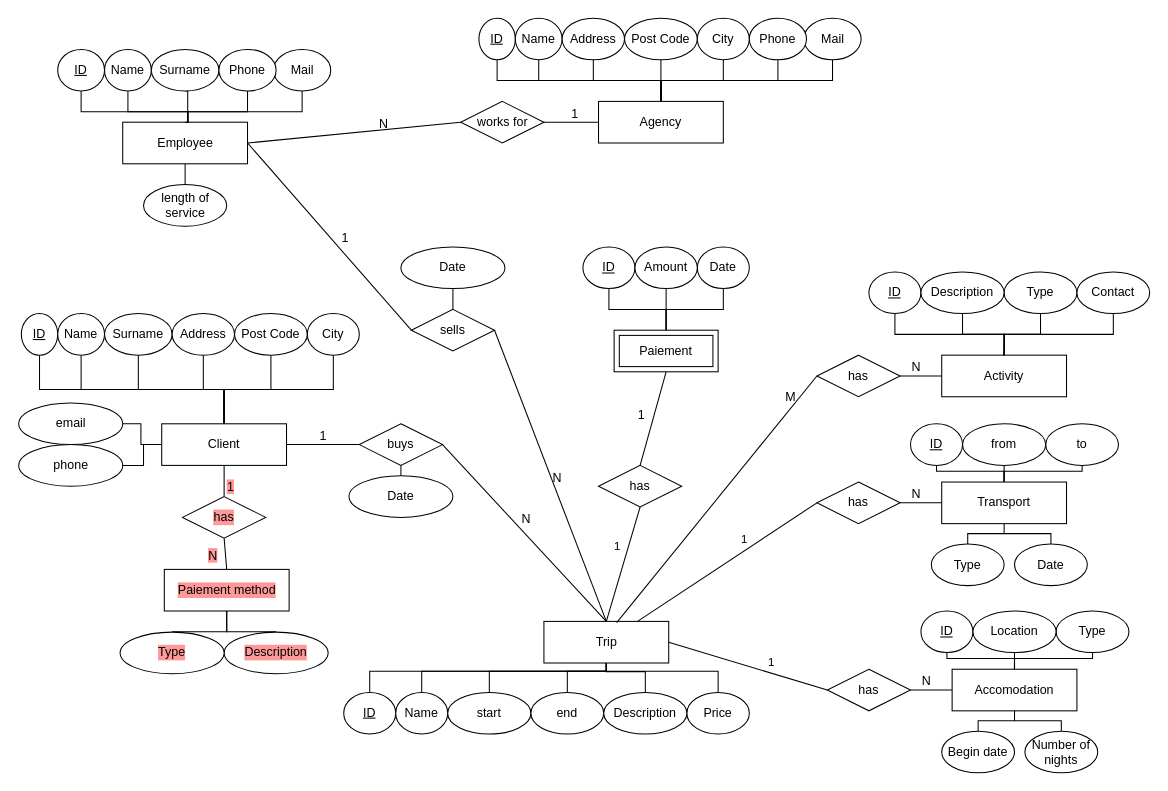
The draw.io diagram page "Proposition 2" (2 of 3) of DB Projekt 1.drawio in phootrf/DBProjet1, before the edit. Source tidied: cells renumbered, new cells numbered last; positions are measured from the earlier drawing's top-left corner, leaving out a move shared by most shapes. Both pictures are drawn from the tidied source at 104%, with x=0, y=0 at pixel (18, 18).
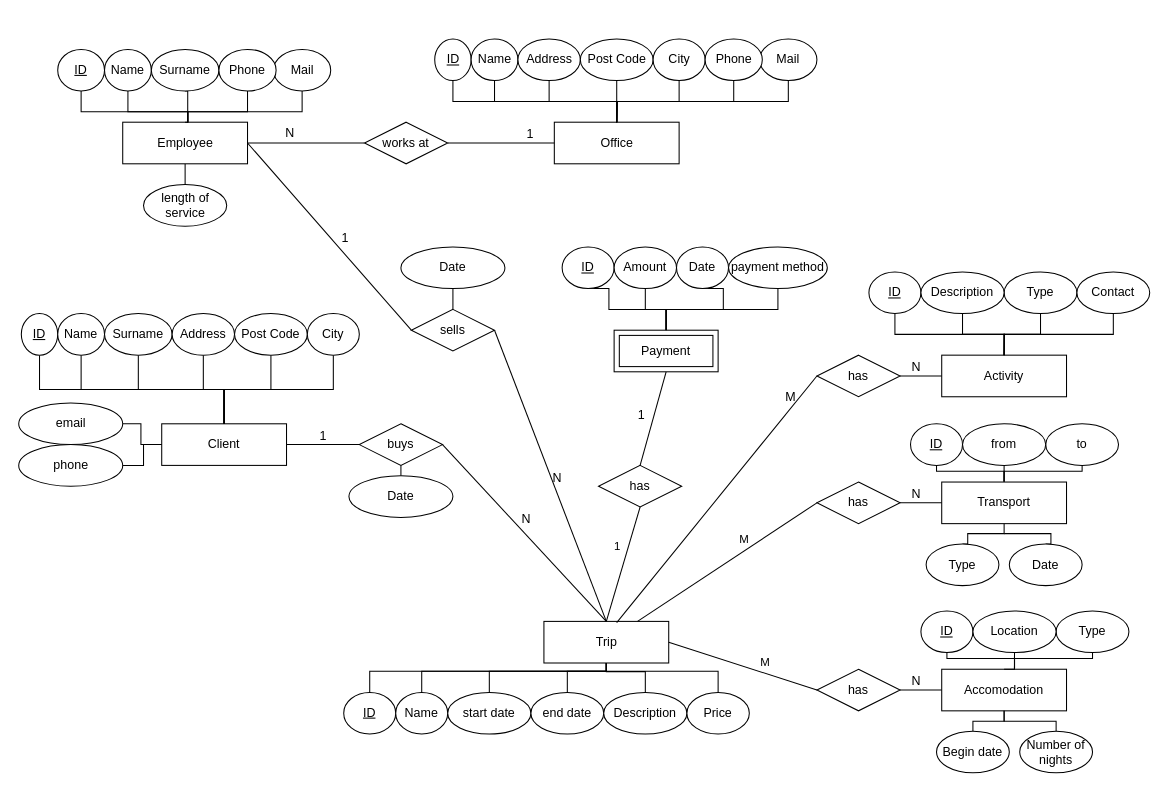
After the change.

Unchanged cells that the change refers to:
```xml
<mxCell id="3" value="Client" style="whiteSpace=wrap;html=1;align=center;" parent="1" vertex="1">
  <mxGeometry x="138" y="390" width="120" height="40" as="geometry" />
</mxCell>
<mxCell id="4" value="Trip" style="whiteSpace=wrap;html=1;align=center;" parent="1" vertex="1">
  <mxGeometry x="505.5" y="580" width="120" height="40" as="geometry" />
</mxCell>
<mxCell id="88" style="endArrow=none;html=1;rounded=0;exitX=1;exitY=0.5;exitDx=0;exitDy=0;entryX=0;entryY=0.5;entryDx=0;entryDy=0;" parent="1" edge="1" source="66" target="87">
  <mxGeometry relative="1" as="geometry" />
</mxCell>
<mxCell id="110" value="has" style="shape=rhombus;perimeter=rhombusPerimeter;whiteSpace=wrap;html=1;align=center;" parent="1" vertex="1">
  <mxGeometry x="768" y="446" width="80" height="40" as="geometry" />
</mxCell>
```

What changed in the source:
```diff
@@
-    <mxCell id="7" style="edgeStyle=orthogonalEdgeStyle;rounded=0;jettySize=auto;html=1;exitX=0.5;exitY=1;exitDx=0;exitDy=0;entryX=0.5;entryY=0;entryDx=0;entryDy=0;endArrow=none;endFill=0;labelBackgroundColor=#FF9999;" parent="1" edge="1" source="9" target="64">
-      <mxGeometry relative="1" as="geometry" />
-    </mxCell>
-    <mxCell id="8" style="edgeStyle=orthogonalEdgeStyle;rounded=0;jettySize=auto;html=1;exitX=0.5;exitY=1;exitDx=0;exitDy=0;entryX=0.5;entryY=0;entryDx=0;entryDy=0;endArrow=none;endFill=0;labelBackgroundColor=#FF9999;" parent="1" edge="1" source="9" target="62">
-      <mxGeometry relative="1" as="geometry" />
-    </mxCell>
-    <mxCell id="9" value="Paiement method" style="whiteSpace=wrap;html=1;align=center;labelBackgroundColor=#FF9999;" parent="1" vertex="1">
-      <mxGeometry x="140.5" y="530" width="120" height="40" as="geometry" />
-    </mxCell>
@@
-    <mxCell id="30" value="start" style="ellipse;whiteSpace=wrap;html=1;align=center;" parent="1" vertex="1">
+    <mxCell id="30" value="start date" style="ellipse;whiteSpace=wrap;html=1;align=center;" parent="1" vertex="1">
       <mxGeometry x="413" y="648.3" width="80" height="40" as="geometry" />
     </mxCell>
@@
-    <mxCell id="32" value="end" style="ellipse;whiteSpace=wrap;html=1;align=center;" parent="1" vertex="1">
+    <mxCell id="32" value="end date" style="ellipse;whiteSpace=wrap;html=1;align=center;" parent="1" vertex="1">
       <mxGeometry x="493" y="648.3" width="70" height="40" as="geometry" />
     </mxCell>
@@
-    <mxCell id="49" value="has" style="shape=rhombus;perimeter=rhombusPerimeter;whiteSpace=wrap;html=1;align=center;labelBackgroundColor=#FF9999;" parent="1" vertex="1">
-      <mxGeometry x="158" y="460" width="80" height="40" as="geometry" />
-    </mxCell>
-    <mxCell id="50" style="endArrow=none;html=1;rounded=0;exitX=0.5;exitY=1;exitDx=0;exitDy=0;entryX=0.5;entryY=0;entryDx=0;entryDy=0;labelBackgroundColor=#FF9999;" parent="1" edge="1" source="49" target="9">
-      <mxGeometry relative="1" as="geometry" />
-    </mxCell>
-    <mxCell id="51" value="N" style="html=1;align=right;verticalAlign=bottom;labelBackgroundColor=#FF9999;" parent="50" vertex="1">
-      <mxGeometry x="1" relative="1" as="geometry">
-        <mxPoint x="-8" y="-5" as="offset" />
-      </mxGeometry>
-    </mxCell>
-    <mxCell id="52" style="endArrow=none;html=1;rounded=0;entryX=0.5;entryY=0;entryDx=0;entryDy=0;exitX=0.5;exitY=1;exitDx=0;exitDy=0;" parent="1" edge="1" source="3" target="49">
-      <mxGeometry relative="1" as="geometry" />
-    </mxCell>
-    <mxCell id="53" value="1" style="html=1;align=right;verticalAlign=bottom;labelBackgroundColor=#FF9999;" parent="52" vertex="1">
-      <mxGeometry x="1" relative="1" as="geometry">
-        <mxPoint x="10" y="-1" as="offset" />
-      </mxGeometry>
-    </mxCell>
@@
     <mxCell id="55" value="ID" style="ellipse;whiteSpace=wrap;html=1;align=center;fontStyle=4;" parent="1" vertex="1">
-      <mxGeometry x="543" y="220" width="50" height="40" as="geometry" />
+      <mxGeometry x="523" y="220" width="50" height="40" as="geometry" />
     </mxCell>
@@
     <mxCell id="57" value="Date" style="ellipse;whiteSpace=wrap;html=1;align=center;" parent="1" vertex="1">
-      <mxGeometry x="653" y="220" width="50" height="40" as="geometry" />
+      <mxGeometry x="633" y="220" width="50" height="40" as="geometry" />
     </mxCell>
@@
     <mxCell id="59" value="Amount" style="ellipse;whiteSpace=wrap;html=1;align=center;" parent="1" vertex="1">
-      <mxGeometry x="593" y="220" width="60" height="40" as="geometry" />
+      <mxGeometry x="573" y="220" width="60" height="40" as="geometry" />
     </mxCell>
@@
-    <mxCell id="62" value="Description" style="ellipse;whiteSpace=wrap;html=1;align=center;labelBackgroundColor=#FF9999;" parent="1" vertex="1">
-      <mxGeometry x="198" y="590.3" width="100" height="40" as="geometry" />
-    </mxCell>
@@
-    <mxCell id="64" value="Type" style="ellipse;whiteSpace=wrap;html=1;align=center;labelBackgroundColor=#FF9999;" parent="1" vertex="1">
-      <mxGeometry x="98" y="590.3" width="100" height="40" as="geometry" />
-    </mxCell>
@@
-    <mxCell id="86" value="Agency" style="whiteSpace=wrap;html=1;align=center;" parent="1" vertex="1">
-      <mxGeometry x="558" y="80" width="120" height="40" as="geometry" />
+    <mxCell id="86" value="Office" style="whiteSpace=wrap;html=1;align=center;" parent="1" vertex="1">
+      <mxGeometry x="515.5" y="100" width="120" height="40" as="geometry" />
     </mxCell>
-    <mxCell id="87" value="works for" style="shape=rhombus;perimeter=rhombusPerimeter;whiteSpace=wrap;html=1;align=center;" parent="1" vertex="1">
-      <mxGeometry x="425.5" y="80" width="80" height="40" as="geometry" />
+    <mxCell id="87" value="works at" style="shape=rhombus;perimeter=rhombusPerimeter;whiteSpace=wrap;html=1;align=center;" parent="1" vertex="1">
+      <mxGeometry x="333" y="100" width="80" height="40" as="geometry" />
     </mxCell>
@@
     <mxCell id="89" value="N" style="html=1;align=right;verticalAlign=bottom;" parent="88" vertex="1">
       <mxGeometry x="1" relative="1" as="geometry">
-        <mxPoint x="-70" y="10" as="offset" />
+        <mxPoint x="-68" y="-1" as="offset" />
       </mxGeometry>
     </mxCell>
@@
     <mxCell id="93" value="ID" style="ellipse;whiteSpace=wrap;html=1;align=center;fontStyle=4;" parent="1" vertex="1">
-      <mxGeometry x="443" width="35" height="40" as="geometry" />
+      <mxGeometry x="400.5" y="20" width="35" height="40" as="geometry" />
     </mxCell>
     <mxCell id="94" style="edgeStyle=orthogonalEdgeStyle;rounded=0;jettySize=auto;html=1;exitX=0.5;exitY=1;exitDx=0;exitDy=0;endArrow=none;endFill=0;" parent="1" edge="1" source="95">
       <mxGeometry relative="1" as="geometry">
-        <mxPoint x="618" y="80" as="targetPoint" />
+        <mxPoint x="575.5" y="100" as="targetPoint" />
       </mxGeometry>
     </mxCell>
     <mxCell id="95" value="Name" style="ellipse;whiteSpace=wrap;html=1;align=center;" parent="1" vertex="1">
-      <mxGeometry x="478" width="45" height="40" as="geometry" />
+      <mxGeometry x="435.5" y="20" width="45" height="40" as="geometry" />
     </mxCell>
     <mxCell id="96" style="edgeStyle=orthogonalEdgeStyle;rounded=0;jettySize=auto;html=1;exitX=0.5;exitY=1;exitDx=0;exitDy=0;endArrow=none;endFill=0;" parent="1" edge="1" source="97">
       <mxGeometry relative="1" as="geometry">
-        <mxPoint x="618" y="80" as="targetPoint" />
+        <mxPoint x="575.5" y="100" as="targetPoint" />
       </mxGeometry>
     </mxCell>
     <mxCell id="97" value="Address" style="ellipse;whiteSpace=wrap;html=1;align=center;" parent="1" vertex="1">
-      <mxGeometry x="523" width="60" height="40" as="geometry" />
+      <mxGeometry x="480.5" y="20" width="60" height="40" as="geometry" />
     </mxCell>
@@
     <mxCell id="99" value="Post Code" style="ellipse;whiteSpace=wrap;html=1;align=center;" parent="1" vertex="1">
-      <mxGeometry x="583" width="70" height="40" as="geometry" />
+      <mxGeometry x="540.5" y="20" width="70" height="40" as="geometry" />
     </mxCell>
@@
     <mxCell id="101" value="City" style="ellipse;whiteSpace=wrap;html=1;align=center;" parent="1" vertex="1">
-      <mxGeometry x="653" width="50" height="40" as="geometry" />
+      <mxGeometry x="610.5" y="20" width="50" height="40" as="geometry" />
     </mxCell>
@@
     <mxCell id="103" value="Mail" style="ellipse;whiteSpace=wrap;html=1;align=center;" parent="1" vertex="1">
-      <mxGeometry x="755.5" width="55" height="40" as="geometry" />
+      <mxGeometry x="713" y="20" width="55" height="40" as="geometry" />
     </mxCell>
@@
     <mxCell id="105" value="Phone" style="ellipse;whiteSpace=wrap;html=1;align=center;" parent="1" vertex="1">
-      <mxGeometry x="703" width="55" height="40" as="geometry" />
+      <mxGeometry x="660.5" y="20" width="55" height="40" as="geometry" />
     </mxCell>
@@
-    <mxCell id="107" value="Paiement" style="shape=ext;margin=3;double=1;whiteSpace=wrap;html=1;align=center;" parent="1" vertex="1">
+    <mxCell id="107" value="Payment" style="shape=ext;margin=3;double=1;whiteSpace=wrap;html=1;align=center;" parent="1" vertex="1">
       <mxGeometry x="573" y="300" width="100" height="40" as="geometry" />
     </mxCell>
@@
-    <mxCell id="118" value="1" style="endArrow=none;html=1;rounded=0;exitX=0.75;exitY=0;exitDx=0;exitDy=0;entryX=0;entryY=0.5;entryDx=0;entryDy=0;" parent="1" edge="1" source="4" target="110">
+    <mxCell id="118" value="M" style="endArrow=none;html=1;rounded=0;exitX=0.75;exitY=0;exitDx=0;exitDy=0;entryX=0;entryY=0.5;entryDx=0;entryDy=0;" parent="1" edge="1" source="4" target="110">
       <mxGeometry x="0.25" y="10" relative="1" as="geometry" />
     </mxCell>
@@
     <mxCell id="122" value="Type" style="ellipse;whiteSpace=wrap;html=1;align=center;" parent="1" vertex="1">
-      <mxGeometry x="878" y="505.6" width="70" height="40" as="geometry" />
+      <mxGeometry x="873" y="505.6" width="70" height="40" as="geometry" />
     </mxCell>
@@
     <mxCell id="124" value="Date" style="ellipse;whiteSpace=wrap;html=1;align=center;" parent="1" vertex="1">
-      <mxGeometry x="958" y="505.6" width="70" height="40" as="geometry" />
+      <mxGeometry x="953" y="505.6" width="70" height="40" as="geometry" />
     </mxCell>
@@
     <mxCell id="126" value="Accomodation" style="whiteSpace=wrap;html=1;align=center;" parent="1" vertex="1">
-      <mxGeometry x="898" y="626" width="120" height="40" as="geometry" />
+      <mxGeometry x="888" y="626" width="120" height="40" as="geometry" />
     </mxCell>
     <mxCell id="127" value="has" style="shape=rhombus;perimeter=rhombusPerimeter;whiteSpace=wrap;html=1;align=center;" parent="1" vertex="1">
-      <mxGeometry x="778" y="626" width="80" height="40" as="geometry" />
+      <mxGeometry x="768" y="626" width="80" height="40" as="geometry" />
     </mxCell>
@@
     <mxCell id="135" style="edgeStyle=orthogonalEdgeStyle;rounded=0;jettySize=auto;html=1;exitX=0.5;exitY=0;exitDx=0;exitDy=0;entryX=0.5;entryY=1;entryDx=0;entryDy=0;endArrow=none;endFill=0;" parent="1" edge="1" source="136" target="126">
       <mxGeometry relative="1" as="geometry">
         <Array as="points">
-          <mxPoint x="923" y="675.6" />
-          <mxPoint x="958" y="675.6" />
+          <mxPoint x="918" y="676" />
+          <mxPoint x="948" y="676" />
         </Array>
       </mxGeometry>
     </mxCell>
     <mxCell id="136" value="Begin date" style="ellipse;whiteSpace=wrap;html=1;align=center;" parent="1" vertex="1">
-      <mxGeometry x="888" y="685.6" width="70" height="40" as="geometry" />
+      <mxGeometry x="883" y="685.6" width="70" height="40" as="geometry" />
     </mxCell>
-    <mxCell id="137" style="edgeStyle=orthogonalEdgeStyle;rounded=0;jettySize=auto;html=1;exitX=0.5;exitY=0;exitDx=0;exitDy=0;endArrow=none;endFill=0;" parent="1" edge="1" source="138">
+    <mxCell id="137" style="edgeStyle=orthogonalEdgeStyle;rounded=0;jettySize=auto;html=1;exitX=0.5;exitY=0;exitDx=0;exitDy=0;endArrow=none;endFill=0;entryX=0.5;entryY=1;entryDx=0;entryDy=0;" parent="1" edge="1" source="138" target="126">
       <mxGeometry relative="1" as="geometry">
-        <mxPoint x="958" y="675.6" as="targetPoint" />
         <Array as="points">
-          <mxPoint x="1003" y="675.6" />
+          <mxPoint x="998" y="676" />
+          <mxPoint x="948" y="676" />
         </Array>
       </mxGeometry>
     </mxCell>
     <mxCell id="138" value="Number of nights" style="ellipse;whiteSpace=wrap;html=1;align=center;" parent="1" vertex="1">
-      <mxGeometry x="968" y="685.6" width="70" height="40" as="geometry" />
+      <mxGeometry x="963" y="685.6" width="70" height="40" as="geometry" />
     </mxCell>
-    <mxCell id="139" value="1" style="endArrow=none;html=1;rounded=0;exitX=1;exitY=0.5;exitDx=0;exitDy=0;entryX=0;entryY=0.5;entryDx=0;entryDy=0;" parent="1" edge="1" source="4" target="127">
+    <mxCell id="139" value="M" style="endArrow=none;html=1;rounded=0;exitX=1;exitY=0.5;exitDx=0;exitDy=0;entryX=0;entryY=0.5;entryDx=0;entryDy=0;" parent="1" edge="1" source="4" target="127">
       <mxGeometry x="0.25" y="10" relative="1" as="geometry" />
     </mxCell>
@@
+    <mxCell id="144" style="edgeStyle=orthogonalEdgeStyle;rounded=0;jettySize=auto;html=1;exitX=0.5;exitY=1;exitDx=0;exitDy=0;entryX=0.5;entryY=0;entryDx=0;entryDy=0;labelBackgroundColor=#FF9999;endArrow=none;endFill=0;" parent="1" edge="1" source="145" target="107">
+      <mxGeometry relative="1" as="geometry" />
+    </mxCell>
+    <mxCell id="145" value="payment method" style="ellipse;whiteSpace=wrap;html=1;align=center;" parent="1" vertex="1">
+      <mxGeometry x="683" y="220" width="95" height="40" as="geometry" />
+    </mxCell>
```
